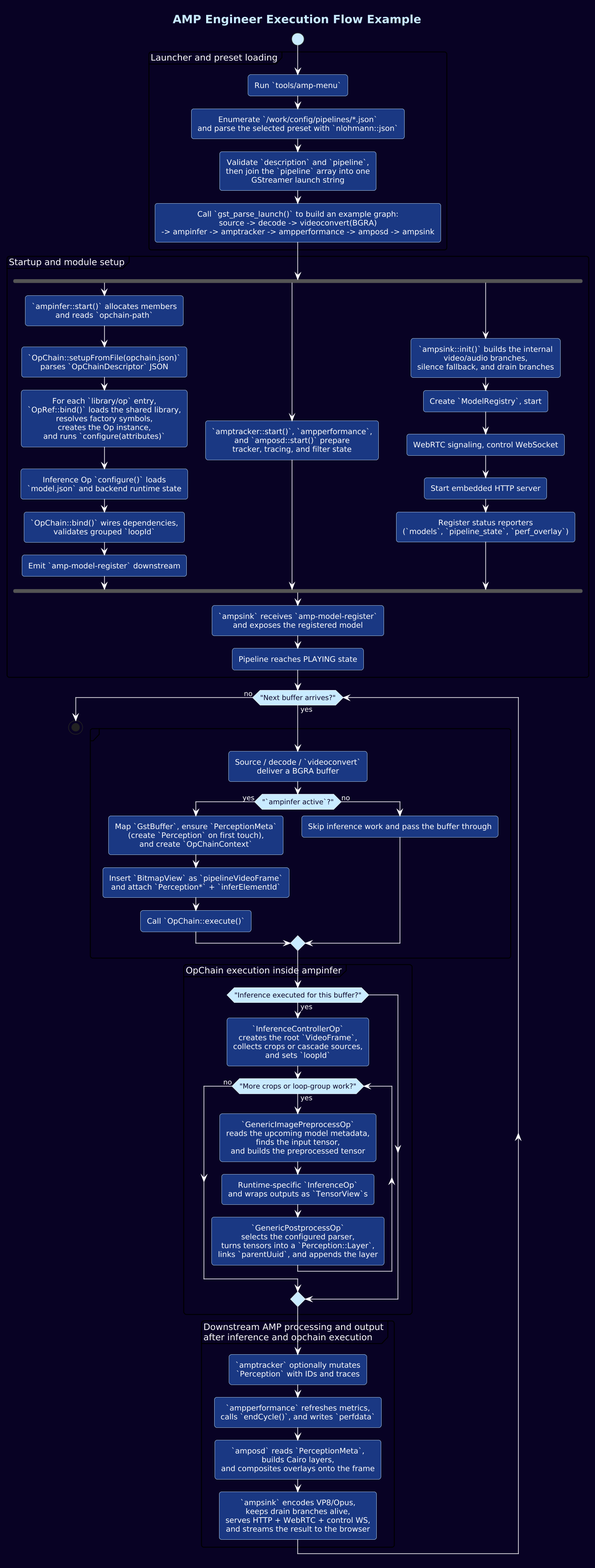
The PlantUML diagram docs/static/img/execution-flow.png in arm/open-perception-kit, before a commit. Source of this version:
```plantuml
@startuml
!include amp-style.puml

title AMP Engineer Execution Flow Example

start

partition "Launcher and preset loading" {
  :Run `tools/amp-menu`;
  :Enumerate `/work/config/pipelines/*.json`\nand parse the selected preset with `nlohmann::json`;
  :Validate `description` and `pipeline`,\nthen join the `pipeline` array into one\nGStreamer launch string;
  :Call `gst_parse_launch()` to build an example graph:\nsource -> decode -> videoconvert(BGRA)\n-> ampinfer -> amptracker -> ampperformance -> amposd -> ampsink;
}

partition "Startup and module setup" {
  fork
    :`ampinfer::start()` allocates members\nand reads `opchain-path`;
    :`OpChain::setupFromFile(opchain.json)`\nparses `OpChainDescriptor` JSON;
    :For each `library/op` entry,\n`OpRef::bind()` loads the shared library,\nresolves factory symbols,\ncreates the Op instance,\nand runs `configure(attributes)`;
    :Inference Op `configure()` loads\n`model.json` and backend runtime state;
    :`OpChain::bind()` wires dependencies,\nvalidates grouped `loopId`;
    :Emit `amp-model-register` downstream;
  fork again
    :`amptracker::start()`, `ampperformance`,\nand `amposd::start()` prepare\ntracker, tracing, and filter state;
  fork again
    :`ampsink::init()` builds the internal\nvideo/audio branches,\nsilence fallback, and drain branches;
    :Create `ModelRegistry`, start;
    :WebRTC signaling, control WebSocket;
    :Start embedded HTTP server;
    :Register status reporters\n(`models`, `pipeline_state`, `perf_overlay`);
  end fork
  :`ampsink` receives `amp-model-register`\nand exposes the registered model;
  :Pipeline reaches PLAYING state;
}

while ("Next buffer arrives?") is (yes)
  partition "" {
    :Source / decode / `videoconvert`\ndeliver a BGRA buffer;
    if ("`ampinfer active`?") then (yes)
      :Map `GstBuffer`, ensure `PerceptionMeta`\n(create `Perception` on first touch),\nand create `OpChainContext`;
      :Insert `BitmapView` as `pipelineVideoFrame`\nand attach `Perception*` + `inferElementId`;
      :Call `OpChain::execute()`;
    else (no)
      :Skip inference work and pass the buffer through;
    endif
  }

  partition "OpChain execution inside ampinfer" {
    if ("Inference executed for this buffer?") then (yes)
      :`InferenceControllerOp`\ncreates the root `VideoFrame`,\ncollects crops or cascade sources,\nand sets `loopId`;
      while ("More crops or loop-group work?") is (yes)
        :`GenericImagePreprocessOp`\nreads the upcoming model metadata,\nfinds the input tensor,\nand builds the preprocessed tensor;
        :Runtime-specific `InferenceOp`\nand wraps outputs as `TensorView`s;
        :`GenericPostprocessOp`\nselects the configured parser,\nturns tensors into a `Perception::Layer`,\nlinks `parentUuid`, and appends the layer;
      endwhile (no)
    endif
  }

  partition "Downstream AMP processing and output\nafter inference and opchain execution" {
    :`amptracker` optionally mutates\n`Perception` with IDs and traces;
    :`ampperformance` refreshes metrics,\ncalls `endCycle()`, and writes `perfdata`;
    :`amposd` reads `PerceptionMeta`,\nbuilds Cairo layers,\nand composites overlays onto the frame;
    :`ampsink` encodes VP8/Opus,\nkeeps drain branches alive,\nserves HTTP + WebRTC + control WS,\nand streams the result to the browser;
  }
endwhile (no)

stop
@enduml
```
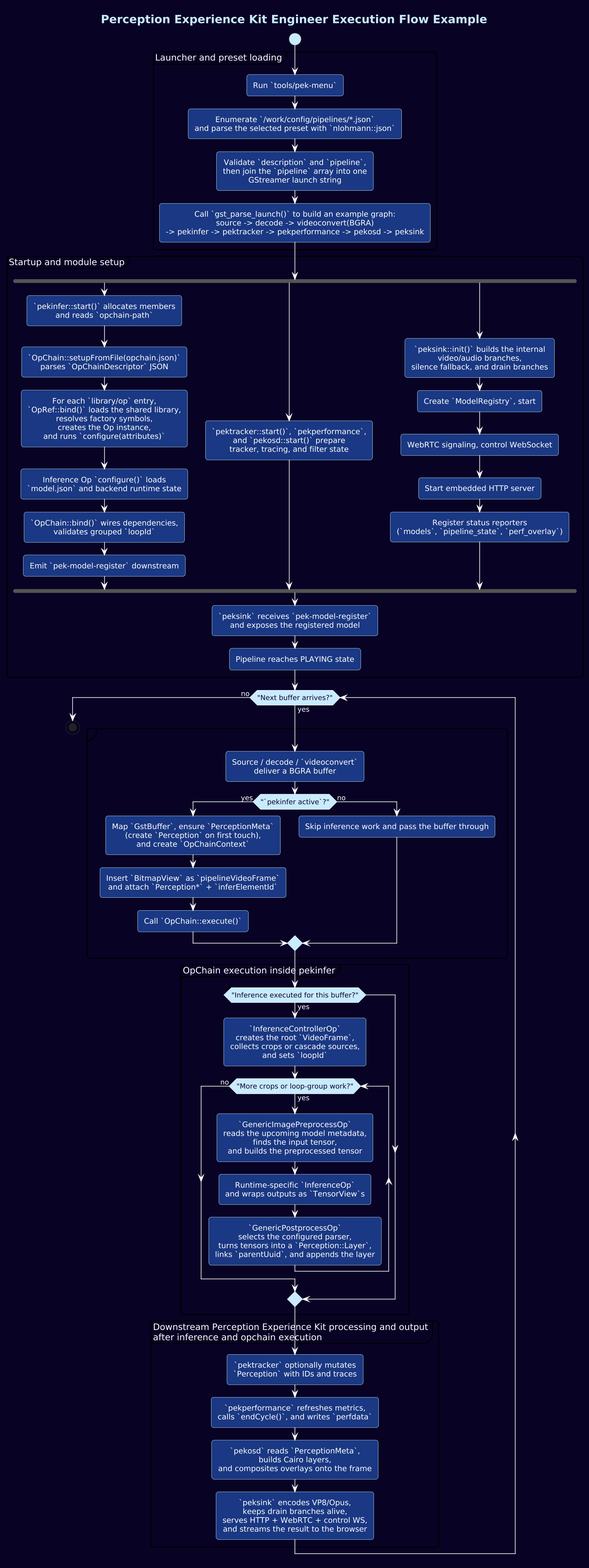
The same diagram one commit later.

The edit, as a diff of the source:
```diff
@@ -1,42 +1,42 @@
 @startuml
-!include amp-style.puml
+!include pek-style.puml
 
-title AMP Engineer Execution Flow Example
+title Perception Experience Kit Engineer Execution Flow Example
 
 start
 
 partition "Launcher and preset loading" {
-  :Run `tools/amp-menu`;
+  :Run `tools/pek-menu`;
   :Enumerate `/work/config/pipelines/*.json`\nand parse the selected preset with `nlohmann::json`;
   :Validate `description` and `pipeline`,\nthen join the `pipeline` array into one\nGStreamer launch string;
-  :Call `gst_parse_launch()` to build an example graph:\nsource -> decode -> videoconvert(BGRA)\n-> ampinfer -> amptracker -> ampperformance -> amposd -> ampsink;
+  :Call `gst_parse_launch()` to build an example graph:\nsource -> decode -> videoconvert(BGRA)\n-> pekinfer -> pektracker -> pekperformance -> pekosd -> peksink;
 }
 
 partition "Startup and module setup" {
   fork
-    :`ampinfer::start()` allocates members\nand reads `opchain-path`;
+    :`pekinfer::start()` allocates members\nand reads `opchain-path`;
     :`OpChain::setupFromFile(opchain.json)`\nparses `OpChainDescriptor` JSON;
     :For each `library/op` entry,\n`OpRef::bind()` loads the shared library,\nresolves factory symbols,\ncreates the Op instance,\nand runs `configure(attributes)`;
     :Inference Op `configure()` loads\n`model.json` and backend runtime state;
     :`OpChain::bind()` wires dependencies,\nvalidates grouped `loopId`;
-    :Emit `amp-model-register` downstream;
+    :Emit `pek-model-register` downstream;
   fork again
-    :`amptracker::start()`, `ampperformance`,\nand `amposd::start()` prepare\ntracker, tracing, and filter state;
+    :`pektracker::start()`, `pekperformance`,\nand `pekosd::start()` prepare\ntracker, tracing, and filter state;
   fork again
-    :`ampsink::init()` builds the internal\nvideo/audio branches,\nsilence fallback, and drain branches;
+    :`peksink::init()` builds the internal\nvideo/audio branches,\nsilence fallback, and drain branches;
     :Create `ModelRegistry`, start;
     :WebRTC signaling, control WebSocket;
     :Start embedded HTTP server;
     :Register status reporters\n(`models`, `pipeline_state`, `perf_overlay`);
   end fork
-  :`ampsink` receives `amp-model-register`\nand exposes the registered model;
+  :`peksink` receives `pek-model-register`\nand exposes the registered model;
   :Pipeline reaches PLAYING state;
 }
 
 while ("Next buffer arrives?") is (yes)
   partition "" {
     :Source / decode / `videoconvert`\ndeliver a BGRA buffer;
-    if ("`ampinfer active`?") then (yes)
+    if ("`pekinfer active`?") then (yes)
       :Map `GstBuffer`, ensure `PerceptionMeta`\n(create `Perception` on first touch),\nand create `OpChainContext`;
       :Insert `BitmapView` as `pipelineVideoFrame`\nand attach `Perception*` + `inferElementId`;
       :Call `OpChain::execute()`;
@@ -45,7 +45,7 @@
     endif
   }
 
-  partition "OpChain execution inside ampinfer" {
+  partition "OpChain execution inside pekinfer" {
     if ("Inference executed for this buffer?") then (yes)
       :`InferenceControllerOp`\ncreates the root `VideoFrame`,\ncollects crops or cascade sources,\nand sets `loopId`;
       while ("More crops or loop-group work?") is (yes)
@@ -56,11 +56,11 @@
     endif
   }
 
-  partition "Downstream AMP processing and output\nafter inference and opchain execution" {
-    :`amptracker` optionally mutates\n`Perception` with IDs and traces;
-    :`ampperformance` refreshes metrics,\ncalls `endCycle()`, and writes `perfdata`;
-    :`amposd` reads `PerceptionMeta`,\nbuilds Cairo layers,\nand composites overlays onto the frame;
-    :`ampsink` encodes VP8/Opus,\nkeeps drain branches alive,\nserves HTTP + WebRTC + control WS,\nand streams the result to the browser;
+  partition "Downstream Perception Experience Kit processing and output\nafter inference and opchain execution" {
+    :`pektracker` optionally mutates\n`Perception` with IDs and traces;
+    :`pekperformance` refreshes metrics,\ncalls `endCycle()`, and writes `perfdata`;
+    :`pekosd` reads `PerceptionMeta`,\nbuilds Cairo layers,\nand composites overlays onto the frame;
+    :`peksink` encodes VP8/Opus,\nkeeps drain branches alive,\nserves HTTP + WebRTC + control WS,\nand streams the result to the browser;
   }
 endwhile (no)
 
```
